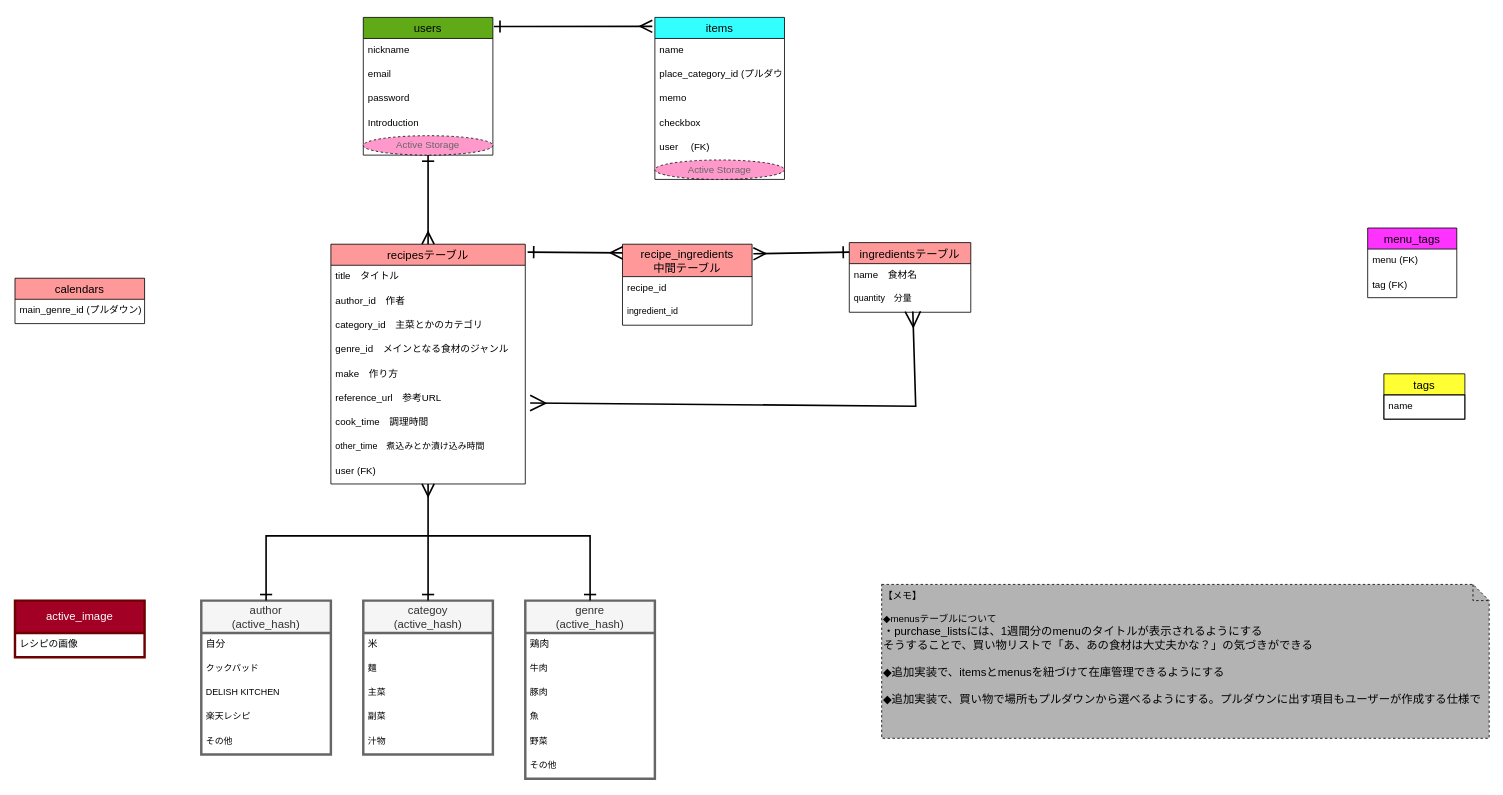
The draw.io diagram page "案1" (1 of 2) of ER.dio in miyazato1872/shopping_memo, before the edit. Source tidied: cells renumbered, new cells numbered last; positions are measured from the earlier drawing's top-left corner, leaving out a move shared by most shapes. Both pictures are drawn from the tidied source at 81%, with x=0, y=0 at pixel (15, 17).
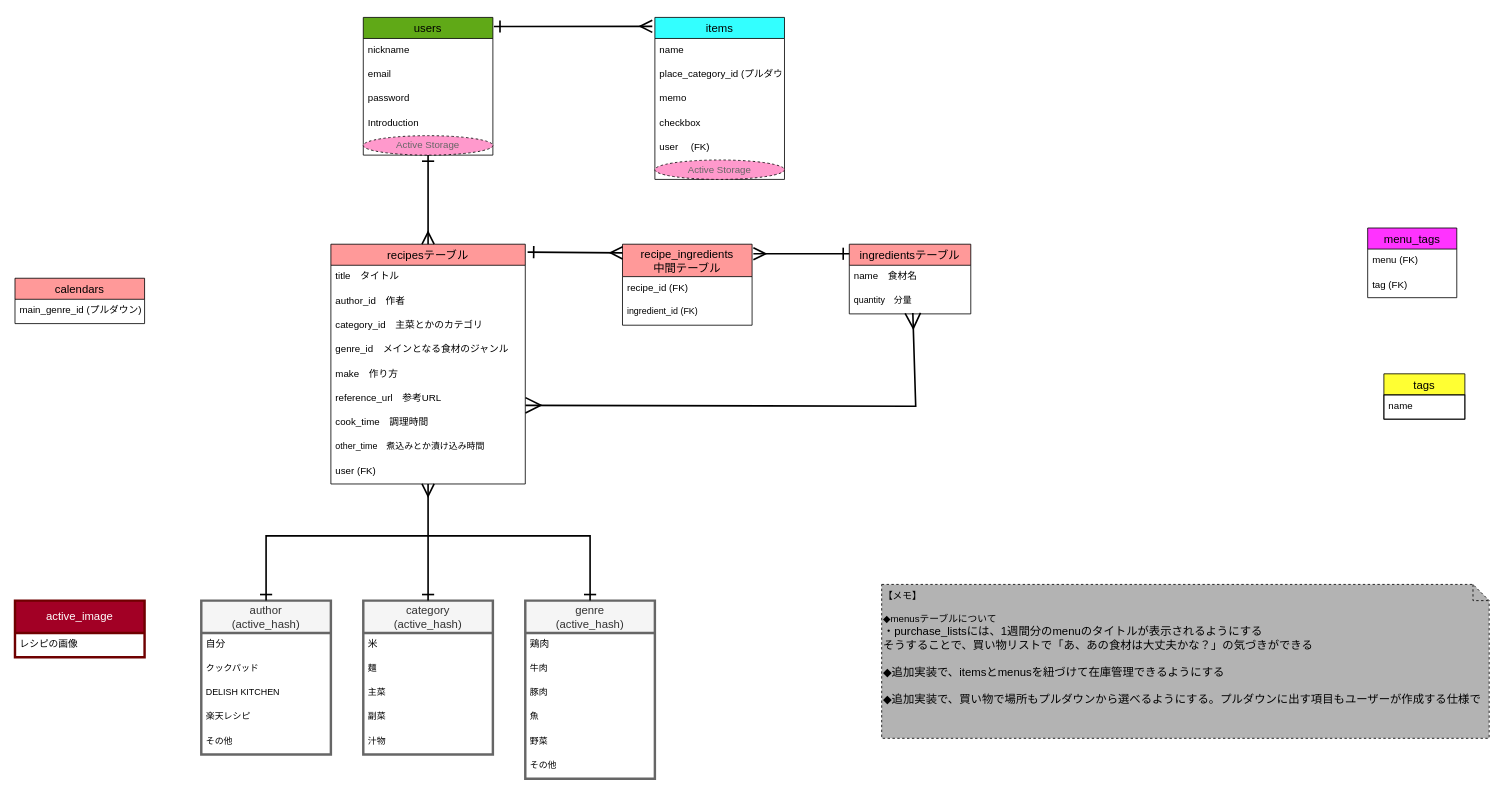
After the change.

Commit message (it also covers changes not shown here):
レシピ投稿機能のテーブル設計をREADMEに記述

active hashも

The change refers to these unchanged cells:
```xml
<mxCell id="30" value="reference_url　参考URL" style="text;strokeColor=none;fillColor=none;spacingLeft=4;spacingRight=4;overflow=hidden;points=[[0,0.5],[1,0.5]];portConstraint=eastwest;fontSize=12;" parent="24" vertex="1">
  <mxGeometry y="176" width="240" height="30" as="geometry" />
</mxCell>
<mxCell id="31" value="cook_time　調理時間" style="text;strokeColor=none;fillColor=none;spacingLeft=4;spacingRight=4;overflow=hidden;points=[[0,0.5],[1,0.5]];portConstraint=eastwest;fontSize=12;" parent="24" vertex="1">
  <mxGeometry y="206" width="240" height="30" as="geometry" />
</mxCell>
<mxCell id="39" value="quantity　分量" style="text;strokeColor=none;fillColor=none;spacingLeft=4;spacingRight=4;overflow=hidden;points=[[0,0.5],[1,0.5]];portConstraint=eastwest;fontSize=11;" parent="37" vertex="1">
  <mxGeometry y="56" width="150" height="30" as="geometry" />
</mxCell>
<mxCell id="40" value="recipe_ingredients&#10;中間テーブル" style="swimlane;fontStyle=0;horizontal=1;startSize=40;align=center;fontSize=14;rounded=0;swimlaneLine=1;glass=0;shadow=0;fillColor=#FF9999;fontColor=#000000;" parent="1" vertex="1">
  <mxGeometry x="750" y="280" width="160" height="100" as="geometry" />
</mxCell>
```

What changed in the source:
```diff
@@
     <mxCell id="37" value="ingredientsテーブル" style="swimlane;fontStyle=0;horizontal=1;startSize=26;align=center;fontSize=14;rounded=0;swimlaneLine=1;glass=0;shadow=0;fillColor=#FF9999;fontColor=#000000;" parent="1" vertex="1">
-      <mxGeometry x="1030" y="278" width="150" height="86" as="geometry" />
+      <mxGeometry x="1030" y="280" width="150" height="86" as="geometry" />
     </mxCell>
@@
-    <mxCell id="41" value="recipe_id" style="text;strokeColor=none;fillColor=none;spacingLeft=4;spacingRight=4;overflow=hidden;fontSize=12;" parent="40" vertex="1">
+    <mxCell id="41" value="recipe_id (FK)" style="text;strokeColor=none;fillColor=none;spacingLeft=4;spacingRight=4;overflow=hidden;fontSize=12;" parent="40" vertex="1">
       <mxGeometry y="40" width="160" height="30" as="geometry" />
     </mxCell>
-    <mxCell id="42" value="ingredient_id&#10;&#10;" style="text;strokeColor=none;fillColor=none;spacingLeft=4;spacingRight=4;overflow=hidden;fontSize=11;" parent="40" vertex="1">
+    <mxCell id="42" value="ingredient_id (FK)&#10;&#10; " style="text;strokeColor=none;fillColor=none;spacingLeft=4;spacingRight=4;overflow=hidden;fontSize=11;" parent="40" vertex="1">
       <mxGeometry y="70" width="160" height="30" as="geometry" />
     </mxCell>
@@
-    <mxCell id="45" style="endArrow=ERmany;html=1;rounded=0;strokeWidth=2;fontColor=#F0F0F0;startSize=16;endSize=16;sourcePerimeterSpacing=0;endFill=0;startArrow=ERmany;startFill=0;entryX=1.025;entryY=-0.333;entryDx=0;entryDy=0;entryPerimeter=0;exitX=0.523;exitY=0.967;exitDx=0;exitDy=0;exitPerimeter=0;" parent="1" edge="1" source="39" target="31">
+    <mxCell id="45" style="endArrow=ERmany;html=1;rounded=0;strokeWidth=2;fontColor=#F0F0F0;startSize=16;endSize=16;sourcePerimeterSpacing=0;endFill=0;startArrow=ERmany;startFill=0;exitX=0.523;exitY=0.967;exitDx=0;exitDy=0;exitPerimeter=0;entryX=1.001;entryY=0.763;entryDx=0;entryDy=0;entryPerimeter=0;" parent="1" edge="1" source="39" target="30">
       <mxGeometry relative="1" as="geometry">
         <Array as="points">
           <mxPoint x="1112" y="480" />
         </Array>
       </mxGeometry>
     </mxCell>
@@
-    <mxCell id="52" value="categoy&#10;(active_hash)" style="swimlane;fontStyle=0;horizontal=1;startSize=40;align=center;fontSize=14;rounded=0;swimlaneLine=1;glass=0;shadow=0;fillColor=#f5f5f5;fontColor=#333333;strokeColor=#666666;strokeWidth=3;" parent="1" vertex="1">
+    <mxCell id="52" value="category&#10;(active_hash)" style="swimlane;fontStyle=0;horizontal=1;startSize=40;align=center;fontSize=14;rounded=0;swimlaneLine=1;glass=0;shadow=0;fillColor=#f5f5f5;fontColor=#333333;strokeColor=#666666;strokeWidth=3;" parent="1" vertex="1">
       <mxGeometry x="430" y="720" width="160" height="190" as="geometry" />
     </mxCell>
```
